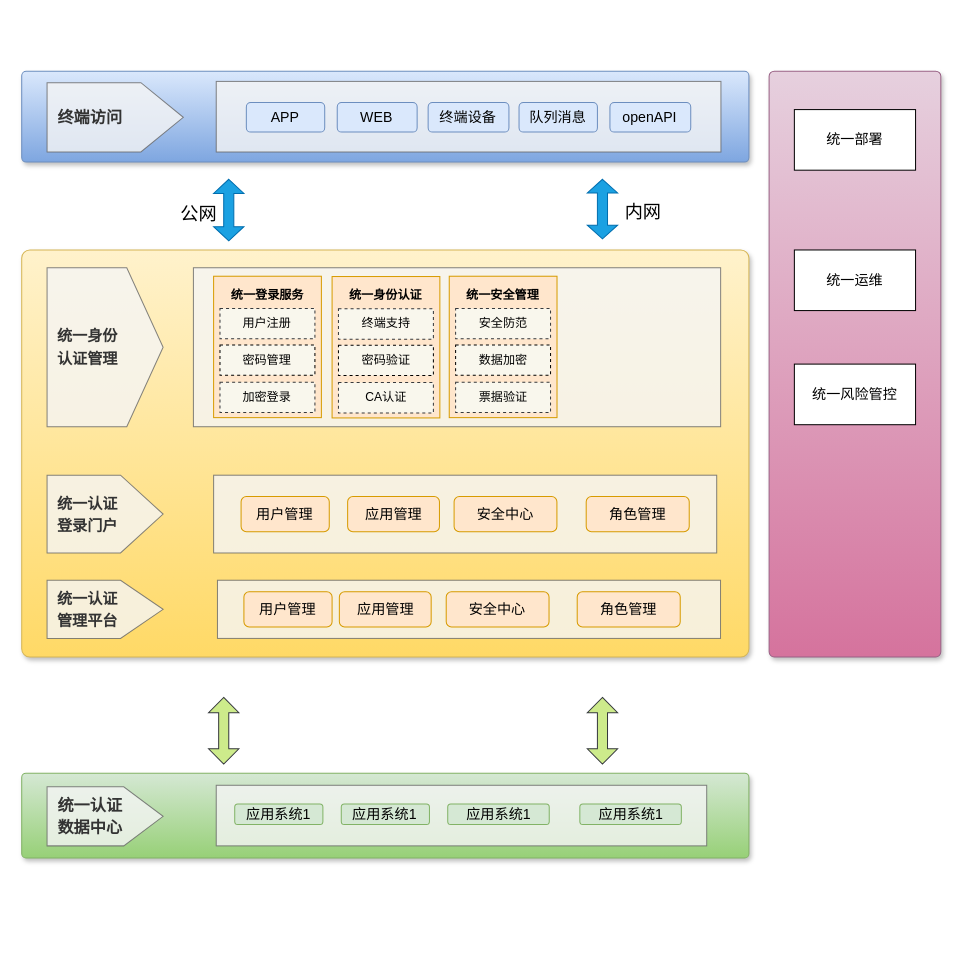
sun-beijixing/drawio keeps this draw.io diagram as 东庄信息化项目-统一权限管理.drawio. Above is the earlier version. Source tidied: cells renumbered, new cells numbered last; positions are measured from the earlier drawing's top-left corner, leaving out a move shared by most shapes. Both pictures are drawn from the tidied source at 101%, with x=0, y=0 at pixel (21, 71).
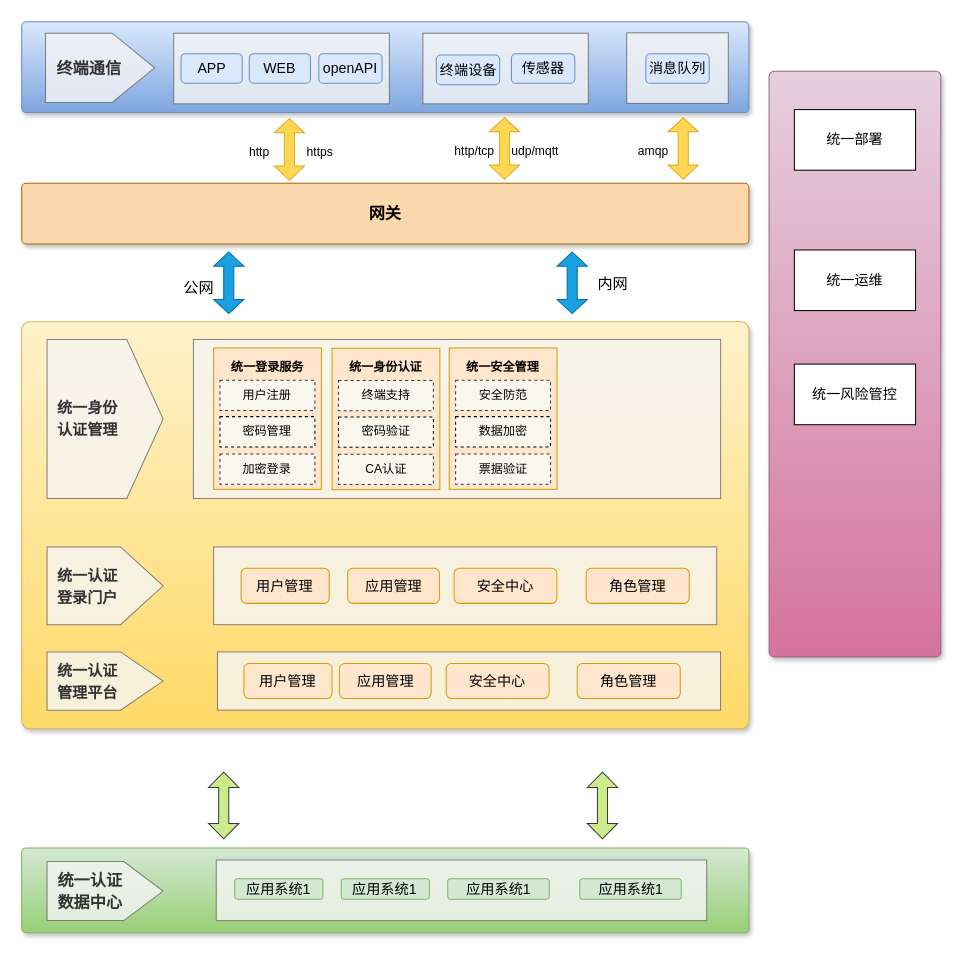
Above is the later version.

Commit message (it also covers changes not shown here):
更新东庄信息化项目-统一权限管理.drawio

Change to the diagram source:
```diff
@@
     <mxCell id="2" style="text;html=1;strokeColor=#6c8ebf;fillColor=#dae8fc;align=center;verticalAlign=middle;whiteSpace=wrap;fontSize=54;fontStyle=1;shadow=1;rounded=1;glass=0;sketch=0;arcSize=5;gradientColor=#7ea6e0;" parent="1" vertex="1">
-      <mxGeometry width="720" height="90" as="geometry" />
+      <mxGeometry y="-49" width="720" height="90" as="geometry" />
     </mxCell>
+    <mxCell id="5" value="&lt;span style=&quot;color: rgb(51, 51, 51);&quot;&gt;&lt;b&gt;&lt;font style=&quot;font-size: 16px;&quot;&gt;&amp;nbsp; 终端通信&lt;/font&gt;&lt;/b&gt;&lt;/span&gt;" style="html=1;shadow=0;dashed=0;align=left;verticalAlign=middle;shape=mxgraph.arrows2.arrow;dy=0;dx=42;notch=0;rounded=0;glass=0;sketch=0;fontSize=18;fillColor=#f5f5f5;fontColor=#333333;strokeColor=#666666;whiteSpace=wrap;opacity=80;" parent="2" vertex="1">
+      <mxGeometry x="23.6" y="11.4" width="108" height="68.6" as="geometry" />
+    </mxCell>
+    <mxCell id="60" style="group;" parent="2" vertex="1">
+      <mxGeometry x="150.5" y="11.4" width="213.5" height="69.9" as="geometry" />
+    </mxCell>
-    <mxCell id="3" style="rounded=0;whiteSpace=wrap;html=1;shadow=0;glass=0;sketch=0;fontSize=20;fillColor=#f5f5f5;fontColor=#333333;strokeColor=#666666;opacity=80;" parent="2" vertex="1">
-      <mxGeometry x="192.6" y="10.1" width="499.7" height="69.9" as="geometry" />
+    <mxCell id="3" style="rounded=0;whiteSpace=wrap;html=1;shadow=0;glass=0;sketch=0;fontSize=20;fillColor=#f5f5f5;fontColor=#333333;strokeColor=#666666;opacity=80;" parent="60" vertex="1">
+      <mxGeometry width="213.5" height="69.9" as="geometry" />
     </mxCell>
-    <mxCell id="4" value="&lt;font style=&quot;font-size: 14px;&quot;&gt;APP&lt;/font&gt;" style="rounded=1;whiteSpace=wrap;html=1;shadow=0;glass=0;sketch=0;fillColor=#dae8fc;strokeColor=#6c8ebf;gradientColor=none;" parent="2" vertex="1">
-      <mxGeometry x="222.4" y="31" width="77.6" height="29.3" as="geometry" />
+    <mxCell id="4" value="&lt;font style=&quot;font-size: 14px;&quot;&gt;APP&lt;/font&gt;" style="rounded=1;whiteSpace=wrap;html=1;shadow=0;glass=0;sketch=0;fillColor=#dae8fc;strokeColor=#6c8ebf;gradientColor=none;" parent="60" vertex="1">
+      <mxGeometry x="7.2" y="20.2" width="60.6" height="29.3" as="geometry" />
     </mxCell>
-    <mxCell id="5" value="&lt;span style=&quot;color: rgb(51, 51, 51);&quot;&gt;&lt;b&gt;&lt;font style=&quot;font-size: 16px;&quot;&gt;&amp;nbsp; 终端访问&lt;/font&gt;&lt;/b&gt;&lt;/span&gt;" style="html=1;shadow=0;dashed=0;align=left;verticalAlign=middle;shape=mxgraph.arrows2.arrow;dy=0;dx=42;notch=0;rounded=0;glass=0;sketch=0;fontSize=18;fillColor=#f5f5f5;fontColor=#333333;strokeColor=#666666;whiteSpace=wrap;opacity=80;" parent="2" vertex="1">
-      <mxGeometry x="25.1" y="11.4" width="134.9" height="68.6" as="geometry" />
-    </mxCell>
-    <mxCell id="6" value="&lt;span style=&quot;font-size: 14px;&quot;&gt;队列消息&lt;/span&gt;" style="rounded=1;whiteSpace=wrap;html=1;shadow=0;glass=0;sketch=0;fillColor=#dae8fc;strokeColor=#6c8ebf;gradientColor=none;" parent="2" vertex="1">
-      <mxGeometry x="492.4" y="31" width="77.6" height="29.3" as="geometry" />
-    </mxCell>
+    <mxCell id="9" value="&lt;font style=&quot;font-size: 14px;&quot;&gt;WEB&lt;/font&gt;" style="rounded=1;whiteSpace=wrap;html=1;shadow=0;glass=0;sketch=0;fillColor=#dae8fc;strokeColor=#6c8ebf;gradientColor=none;" parent="60" vertex="1">
+      <mxGeometry x="74.8" y="20.2" width="60.6" height="29.3" as="geometry" />
+    </mxCell>
+    <mxCell id="8" value="&lt;span style=&quot;font-size: 14px;&quot;&gt;openAPI&lt;/span&gt;" style="rounded=1;whiteSpace=wrap;html=1;shadow=0;glass=0;sketch=0;fillColor=#dae8fc;strokeColor=#6c8ebf;gradientColor=none;" parent="60" vertex="1">
+      <mxGeometry x="143.6" y="20.2" width="62.7" height="29.3" as="geometry" />
+    </mxCell>
+    <mxCell id="61" style="rounded=0;whiteSpace=wrap;html=1;shadow=0;glass=0;sketch=0;fontSize=20;fillColor=#f5f5f5;fontColor=#333333;strokeColor=#666666;opacity=80;" parent="2" vertex="1">
+      <mxGeometry x="397.2" y="11.4" width="163.8" height="69.9" as="geometry" />
+    </mxCell>
-    <mxCell id="7" value="&lt;font style=&quot;font-size: 14px;&quot;&gt;终端设备&lt;/font&gt;" style="rounded=1;whiteSpace=wrap;html=1;shadow=0;glass=0;sketch=0;fillColor=#dae8fc;strokeColor=#6c8ebf;gradientColor=none;" parent="2" vertex="1">
-      <mxGeometry x="402.4" y="31" width="80" height="29.3" as="geometry" />
+    <mxCell id="7" value="&lt;span style=&quot;font-size: 14px;&quot;&gt;终端设备&lt;/span&gt;" style="rounded=1;whiteSpace=wrap;html=1;shadow=0;glass=0;sketch=0;fillColor=#dae8fc;strokeColor=#6c8ebf;gradientColor=none;" parent="2" vertex="1">
+      <mxGeometry x="410.5" y="33" width="62.7" height="29.3" as="geometry" />
     </mxCell>
-    <mxCell id="8" value="&lt;span style=&quot;font-size: 14px;&quot;&gt;openAPI&lt;/span&gt;" style="rounded=1;whiteSpace=wrap;html=1;shadow=0;glass=0;sketch=0;fillColor=#dae8fc;strokeColor=#6c8ebf;gradientColor=none;" parent="2" vertex="1">
-      <mxGeometry x="582.4" y="31" width="80" height="29.3" as="geometry" />
-    </mxCell>
-    <mxCell id="9" value="&lt;font style=&quot;font-size: 14px;&quot;&gt;WEB&lt;/font&gt;" style="rounded=1;whiteSpace=wrap;html=1;shadow=0;glass=0;sketch=0;fillColor=#dae8fc;strokeColor=#6c8ebf;gradientColor=none;" parent="2" vertex="1">
-      <mxGeometry x="312.4" y="31" width="79.1" height="29.3" as="geometry" />
-    </mxCell>
+    <mxCell id="62" value="&lt;span style=&quot;font-size: 14px;&quot;&gt;传感器&lt;/span&gt;" style="rounded=1;whiteSpace=wrap;html=1;shadow=0;glass=0;sketch=0;fillColor=#dae8fc;strokeColor=#6c8ebf;gradientColor=none;" parent="2" vertex="1">
+      <mxGeometry x="484.9" y="31.7" width="62.7" height="29.3" as="geometry" />
+    </mxCell>
+    <mxCell id="63" style="rounded=0;whiteSpace=wrap;html=1;shadow=0;glass=0;sketch=0;fontSize=20;fillColor=#f5f5f5;fontColor=#333333;strokeColor=#666666;opacity=80;" parent="2" vertex="1">
+      <mxGeometry x="599" y="11" width="100.6" height="69.9" as="geometry" />
+    </mxCell>
+    <mxCell id="64" value="&lt;span style=&quot;font-size: 14px;&quot;&gt;消息队列&lt;/span&gt;" style="rounded=1;whiteSpace=wrap;html=1;shadow=0;glass=0;sketch=0;fillColor=#dae8fc;strokeColor=#6c8ebf;gradientColor=none;" parent="2" vertex="1">
+      <mxGeometry x="618" y="31.7" width="62.7" height="29.3" as="geometry" />
+    </mxCell>
     <mxCell id="10" style="text;html=1;strokeColor=#d6b656;fillColor=#fff2cc;align=center;verticalAlign=middle;whiteSpace=wrap;fontSize=54;fontStyle=1;shadow=1;rounded=1;glass=0;sketch=0;arcSize=2;gradientColor=#ffd966;" parent="1" vertex="1">
-      <mxGeometry y="177" width="720" height="403" as="geometry" />
+      <mxGeometry y="248" width="720" height="403" as="geometry" />
     </mxCell>
@@
     <mxCell id="43" style="text;html=1;strokeColor=#82b366;fillColor=#d5e8d4;align=center;verticalAlign=middle;whiteSpace=wrap;fontSize=54;fontStyle=1;shadow=1;rounded=1;glass=0;sketch=0;gradientColor=#97d077;arcSize=5;" parent="1" vertex="1">
-      <mxGeometry y="695" width="720" height="84" as="geometry" />
+      <mxGeometry y="769" width="720" height="84" as="geometry" />
     </mxCell>
@@
     <mxCell id="50" style="shape=doubleArrow;direction=south;whiteSpace=wrap;html=1;fontSize=18;arrowWidth=0.3333333333333333;arrowSize=0.23;fillColor=#1ba1e2;fontColor=#ffffff;strokeColor=#006EAF;" parent="1" vertex="1">
-      <mxGeometry x="190" y="107" width="30" height="61" as="geometry" />
+      <mxGeometry x="190" y="179" width="30" height="61" as="geometry" />
     </mxCell>
-    <mxCell id="51" style="shape=doubleArrow;direction=south;whiteSpace=wrap;html=1;fontSize=18;arrowWidth=0.3333333333333333;arrowSize=0.23;fillColor=#1ba1e2;fontColor=#ffffff;strokeColor=#006EAF;" parent="1" vertex="1">
-      <mxGeometry x="560" y="107" width="30" height="59" as="geometry" />
-    </mxCell>
-    <mxCell id="52" value="公网" style="text;html=1;align=center;verticalAlign=middle;strokeColor=none;fillColor=none;fontSize=18;" parent="1" vertex="1">
-      <mxGeometry x="150" y="127" width="50" height="30" as="geometry" />
+    <mxCell id="52" value="&lt;font style=&quot;font-size: 15px;&quot;&gt;公网&lt;/font&gt;" style="text;html=1;align=center;verticalAlign=middle;strokeColor=none;fillColor=none;fontSize=18;" parent="1" vertex="1">
+      <mxGeometry x="150" y="199" width="50" height="30" as="geometry" />
     </mxCell>
-    <mxCell id="53" value="内网" style="text;html=1;align=center;verticalAlign=middle;strokeColor=none;fillColor=none;fontSize=18;" parent="1" vertex="1">
-      <mxGeometry x="590" y="125" width="50" height="30" as="geometry" />
+    <mxCell id="53" value="&lt;font style=&quot;font-size: 15px;&quot;&gt;内网&lt;/font&gt;" style="text;html=1;align=center;verticalAlign=middle;strokeColor=none;fillColor=none;fontSize=18;" parent="1" vertex="1">
+      <mxGeometry x="560" y="194.5" width="50" height="30" as="geometry" />
     </mxCell>
     <mxCell id="54" style="shape=doubleArrow;direction=south;whiteSpace=wrap;html=1;fontSize=18;arrowWidth=0.3333333333333333;arrowSize=0.23;fillColor=#cdeb8b;strokeColor=#36393d;" parent="1" vertex="1">
-      <mxGeometry x="185" y="620" width="30" height="66" as="geometry" />
+      <mxGeometry x="185" y="694" width="30" height="66" as="geometry" />
     </mxCell>
     <mxCell id="55" style="shape=doubleArrow;direction=south;whiteSpace=wrap;html=1;fontSize=18;arrowWidth=0.3333333333333333;arrowSize=0.23;fillColor=#cdeb8b;strokeColor=#36393d;" parent="1" vertex="1">
-      <mxGeometry x="560" y="620" width="30" height="66" as="geometry" />
+      <mxGeometry x="560" y="694" width="30" height="66" as="geometry" />
     </mxCell>
@@
+    <mxCell id="65" value="&lt;b&gt;&lt;font style=&quot;font-size: 16px;&quot;&gt;网关&lt;/font&gt;&lt;/b&gt;" style="rounded=1;whiteSpace=wrap;html=1;shadow=1;fontSize=12;strokeColor=#b46504;fillColor=#fad7ac;arcSize=7;" parent="1" vertex="1">
+      <mxGeometry y="111" width="720" height="60" as="geometry" />
+    </mxCell>
+    <mxCell id="66" style="shape=doubleArrow;direction=south;whiteSpace=wrap;html=1;fontSize=18;arrowWidth=0.3333333333333333;arrowSize=0.23;fillColor=#1ba1e2;fontColor=#ffffff;strokeColor=#006EAF;" parent="1" vertex="1">
+      <mxGeometry x="530" y="179" width="30" height="61" as="geometry" />
+    </mxCell>
+    <mxCell id="67" style="group;" parent="1" vertex="1">
+      <mxGeometry x="210" y="47" width="110" height="61" as="geometry" />
+    </mxCell>
+    <mxCell id="68" style="shape=doubleArrow;direction=south;whiteSpace=wrap;html=1;fontSize=18;arrowWidth=0.3333333333333333;arrowSize=0.23;fillColor=#ffcd28;strokeColor=#d79b00;gradientColor=none;opacity=80;" parent="67" vertex="1">
+      <mxGeometry x="40" width="30" height="61" as="geometry" />
+    </mxCell>
+    <mxCell id="69" value="&lt;font style=&quot;font-size: 12px;&quot;&gt;http&lt;/font&gt;" style="text;html=1;align=center;verticalAlign=middle;strokeColor=none;fillColor=none;fontSize=18;" parent="67" vertex="1">
+      <mxGeometry x="5" y="15.5" width="40" height="30" as="geometry" />
+    </mxCell>
+    <mxCell id="70" value="&lt;font style=&quot;font-size: 12px;&quot;&gt;https&lt;/font&gt;" style="text;html=1;align=center;verticalAlign=middle;strokeColor=none;fillColor=none;fontSize=18;" parent="67" vertex="1">
+      <mxGeometry x="65" y="15.5" width="40" height="30" as="geometry" />
+    </mxCell>
+    <mxCell id="71" style="group;" parent="1" vertex="1">
+      <mxGeometry x="423" y="46" width="115" height="61" as="geometry" />
+    </mxCell>
+    <mxCell id="72" style="shape=doubleArrow;direction=south;whiteSpace=wrap;html=1;fontSize=18;arrowWidth=0.3333333333333333;arrowSize=0.23;fillColor=#ffcd28;strokeColor=#d79b00;gradientColor=none;opacity=80;" parent="71" vertex="1">
+      <mxGeometry x="40" width="30" height="61" as="geometry" />
+    </mxCell>
+    <mxCell id="73" value="&lt;font style=&quot;font-size: 12px;&quot;&gt;http/tcp&lt;/font&gt;" style="text;html=1;align=center;verticalAlign=middle;strokeColor=none;fillColor=none;fontSize=18;" parent="71" vertex="1">
+      <mxGeometry y="15.5" width="50" height="30" as="geometry" />
+    </mxCell>
+    <mxCell id="74" value="&lt;font style=&quot;font-size: 12px;&quot;&gt;udp/mqtt&lt;/font&gt;" style="text;html=1;align=center;verticalAlign=middle;strokeColor=none;fillColor=none;fontSize=18;" parent="71" vertex="1">
+      <mxGeometry x="55" y="15.5" width="60" height="30" as="geometry" />
+    </mxCell>
+    <mxCell id="75" style="group;" parent="1" vertex="1">
+      <mxGeometry x="600" y="46" width="115" height="61" as="geometry" />
+    </mxCell>
+    <mxCell id="76" style="shape=doubleArrow;direction=south;whiteSpace=wrap;html=1;fontSize=18;arrowWidth=0.3333333333333333;arrowSize=0.23;fillColor=#ffcd28;strokeColor=#d79b00;gradientColor=none;opacity=80;" parent="75" vertex="1">
+      <mxGeometry x="40" width="30" height="61" as="geometry" />
+    </mxCell>
+    <mxCell id="77" value="&lt;font style=&quot;font-size: 12px;&quot;&gt;amqp&lt;/font&gt;" style="text;html=1;align=center;verticalAlign=middle;strokeColor=none;fillColor=none;fontSize=18;" parent="75" vertex="1">
+      <mxGeometry y="15.5" width="50" height="30" as="geometry" />
+    </mxCell>
```
